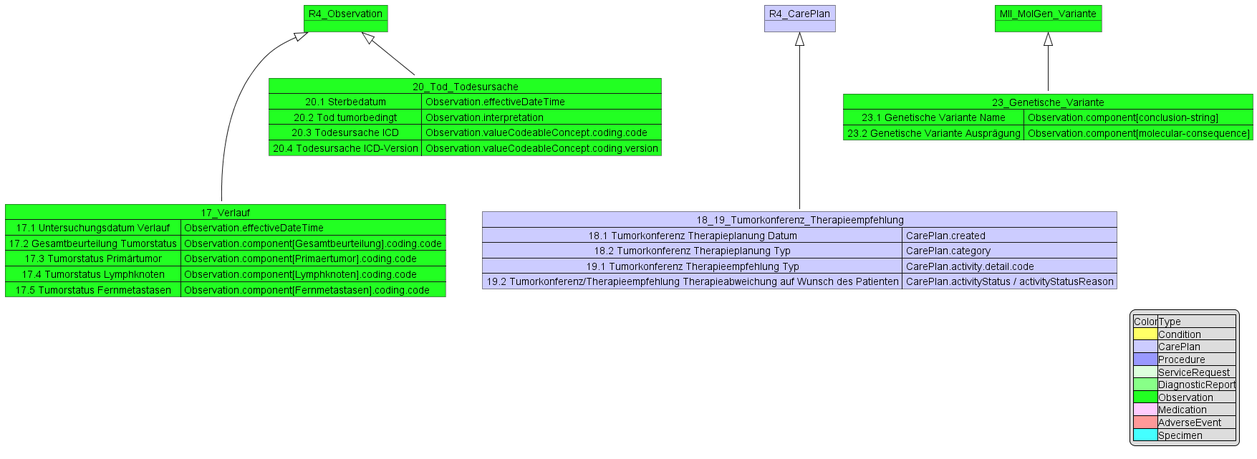
This is implementation-guides/ImplementationGuide-2024.x-DE/Images/MII_Onko_17-20_23_Others.png from medizininformatik-initiative/kerndatensatzmodul-onkologie, a PlantUML export, as it was before one commit.
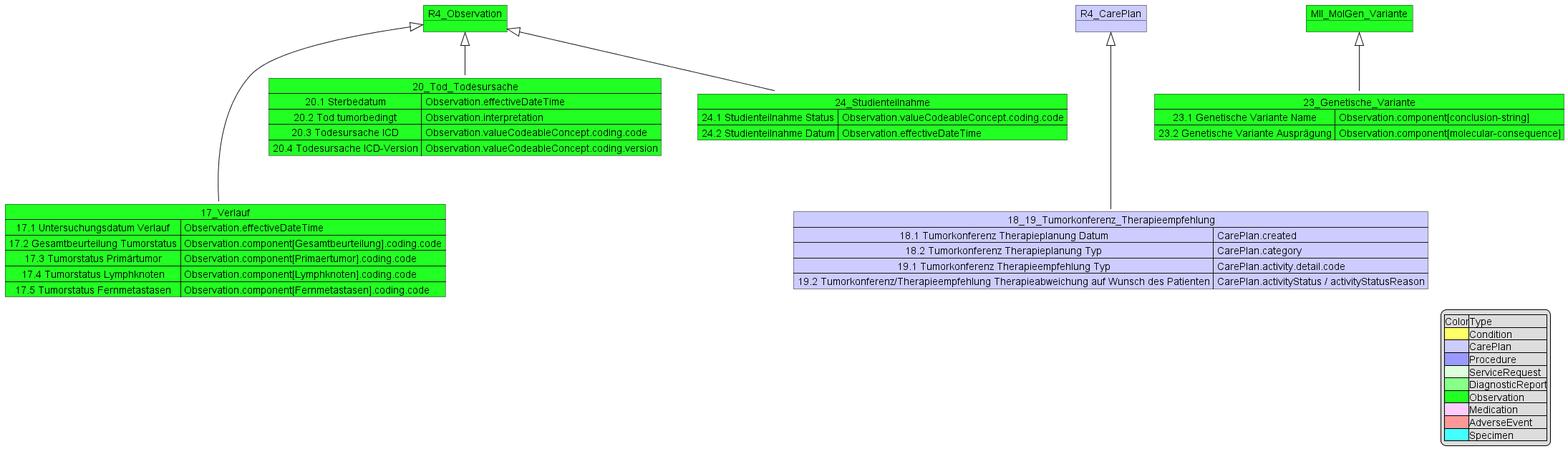
Above is the later version.

What changed in the source:
```diff
@@ -1,4 +1,4 @@
-@startuml 17-20_23_Others
+@startuml MII_Onko_17-20_23_Others
 object R4_Observation #22FF22
 Map 17_Verlauf #22FF22{
     17.1 Untersuchungsdatum Verlauf => Observation.effectiveDateTime
@@ -32,8 +32,16 @@
     23.1 Genetische Variante Name => Observation.component[conclusion-string]
     23.2 Genetische Variante Ausprägung => Observation.component[molecular-consequence]
 }
+MII_MolGen_Variante <|-down- 23_Genetische_Variante
 
-MII_MolGen_Variante <|-down- 23_Genetische_Variante
+
+Map 24_Studienteilnahme #22FF22 {
+    24.1 Studienteilnahme Status => Observation.valueCodeableConcept.coding.code
+    24.2 Studienteilnahme Datum => Observation.effectiveDateTime
+}
+R4_Observation <|-down- 24_Studienteilnahme
+
+
 
 legend right
 |Color|Type|
```
